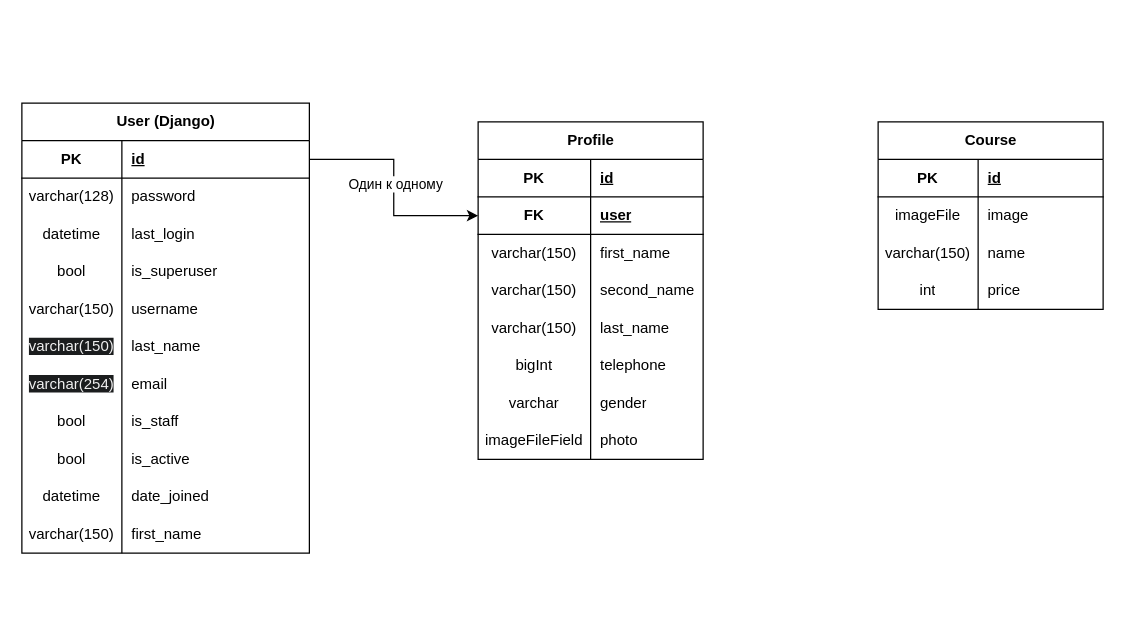
Rade16/All-in-school-React keeps this draw.io diagram as database_tables_diagram.drawio. Above is the earlier version. Source tidied: cells renumbered, new cells numbered last; positions are measured from the earlier drawing's top-left corner, leaving out a move shared by most shapes. Both pictures are drawn from the tidied source at 125%, with x=0, y=0 at pixel (21, 102).
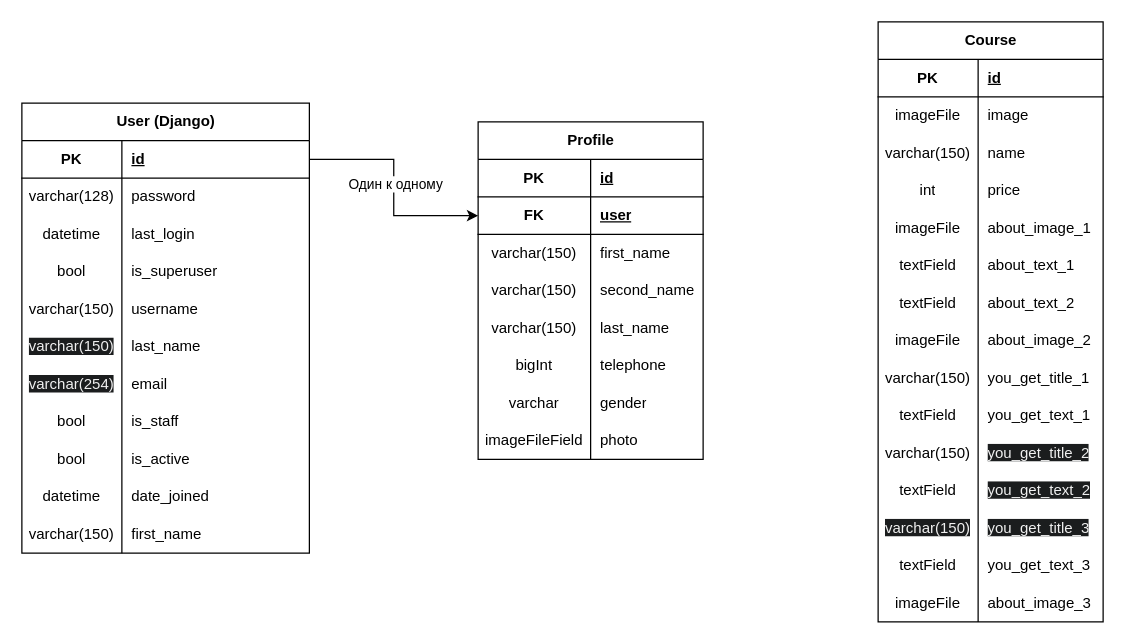
The same page after the edit.

What changed in the source:
```diff
@@
     <mxCell id="63" value="Course" style="shape=table;startSize=30;childLayout=tableLayout;rowLines=0;fontStyle=1;align=center;html=1;" parent="1" vertex="1">
-      <mxGeometry x="685" y="15" width="180" height="150" as="geometry" />
+      <mxGeometry x="685" y="-65" width="180" height="480" as="geometry" />
     </mxCell>
@@
+    <mxCell id="76" style="shape=tableRow;horizontal=0;startSize=0;swimlaneHead=0;swimlaneBody=0;fillColor=none;top=0;left=0;right=0;bottom=0;" parent="63" vertex="1">
+      <mxGeometry y="150" width="180" height="30" as="geometry" />
+    </mxCell>
+    <mxCell id="77" value="imageFile" style="shape=partialRectangle;fillColor=none;top=0;left=0;bottom=0;right=0;overflow=hidden;whiteSpace=wrap;html=1;" parent="76" vertex="1">
+      <mxGeometry width="80" height="30" as="geometry" />
+    </mxCell>
+    <mxCell id="78" value="about_image_1" style="shape=partialRectangle;fillColor=none;top=0;left=0;bottom=0;right=0;align=left;spacingLeft=6;overflow=hidden;whiteSpace=wrap;html=1;" parent="76" vertex="1">
+      <mxGeometry x="80" width="100" height="30" as="geometry" />
+    </mxCell>
+    <mxCell id="79" style="shape=tableRow;horizontal=0;startSize=0;swimlaneHead=0;swimlaneBody=0;fillColor=none;top=0;left=0;right=0;bottom=0;" parent="63" vertex="1">
+      <mxGeometry y="180" width="180" height="30" as="geometry" />
+    </mxCell>
+    <mxCell id="80" value="textField" style="shape=partialRectangle;fillColor=none;top=0;left=0;bottom=0;right=0;overflow=hidden;whiteSpace=wrap;html=1;" parent="79" vertex="1">
+      <mxGeometry width="80" height="30" as="geometry" />
+    </mxCell>
+    <mxCell id="81" value="about_text_1" style="shape=partialRectangle;fillColor=none;top=0;left=0;bottom=0;right=0;align=left;spacingLeft=6;overflow=hidden;whiteSpace=wrap;html=1;" parent="79" vertex="1">
+      <mxGeometry x="80" width="100" height="30" as="geometry" />
+    </mxCell>
+    <mxCell id="82" style="shape=tableRow;horizontal=0;startSize=0;swimlaneHead=0;swimlaneBody=0;fillColor=none;top=0;left=0;right=0;bottom=0;" parent="63" vertex="1">
+      <mxGeometry y="210" width="180" height="30" as="geometry" />
+    </mxCell>
+    <mxCell id="83" value="textField" style="shape=partialRectangle;fillColor=none;top=0;left=0;bottom=0;right=0;overflow=hidden;whiteSpace=wrap;html=1;" parent="82" vertex="1">
+      <mxGeometry width="80" height="30" as="geometry" />
+    </mxCell>
+    <mxCell id="84" value="about_text_2" style="shape=partialRectangle;fillColor=none;top=0;left=0;bottom=0;right=0;align=left;spacingLeft=6;overflow=hidden;whiteSpace=wrap;html=1;" parent="82" vertex="1">
+      <mxGeometry x="80" width="100" height="30" as="geometry" />
+    </mxCell>
+    <mxCell id="85" style="shape=tableRow;horizontal=0;startSize=0;swimlaneHead=0;swimlaneBody=0;fillColor=none;top=0;left=0;right=0;bottom=0;" parent="63" vertex="1">
+      <mxGeometry y="240" width="180" height="30" as="geometry" />
+    </mxCell>
+    <mxCell id="86" value="imageFile" style="shape=partialRectangle;fillColor=none;top=0;left=0;bottom=0;right=0;overflow=hidden;whiteSpace=wrap;html=1;" parent="85" vertex="1">
+      <mxGeometry width="80" height="30" as="geometry" />
+    </mxCell>
+    <mxCell id="87" value="about_image_2" style="shape=partialRectangle;fillColor=none;top=0;left=0;bottom=0;right=0;align=left;spacingLeft=6;overflow=hidden;whiteSpace=wrap;html=1;" parent="85" vertex="1">
+      <mxGeometry x="80" width="100" height="30" as="geometry" />
+    </mxCell>
+    <mxCell id="88" style="shape=tableRow;horizontal=0;startSize=0;swimlaneHead=0;swimlaneBody=0;fillColor=none;top=0;left=0;right=0;bottom=0;" parent="63" vertex="1">
+      <mxGeometry y="270" width="180" height="30" as="geometry" />
+    </mxCell>
+    <mxCell id="89" value="varchar(150)" style="shape=partialRectangle;fillColor=none;top=0;left=0;bottom=0;right=0;overflow=hidden;whiteSpace=wrap;html=1;" parent="88" vertex="1">
+      <mxGeometry width="80" height="30" as="geometry" />
+    </mxCell>
+    <mxCell id="90" value="you_get_title_1" style="shape=partialRectangle;fillColor=none;top=0;left=0;bottom=0;right=0;align=left;spacingLeft=6;overflow=hidden;whiteSpace=wrap;html=1;" parent="88" vertex="1">
+      <mxGeometry x="80" width="100" height="30" as="geometry" />
+    </mxCell>
+    <mxCell id="91" style="shape=tableRow;horizontal=0;startSize=0;swimlaneHead=0;swimlaneBody=0;fillColor=none;top=0;left=0;right=0;bottom=0;" parent="63" vertex="1">
+      <mxGeometry y="300" width="180" height="30" as="geometry" />
+    </mxCell>
+    <mxCell id="92" value="textField" style="shape=partialRectangle;fillColor=none;top=0;left=0;bottom=0;right=0;overflow=hidden;whiteSpace=wrap;html=1;" parent="91" vertex="1">
+      <mxGeometry width="80" height="30" as="geometry" />
+    </mxCell>
+    <mxCell id="93" value="you_get_text_1" style="shape=partialRectangle;fillColor=none;top=0;left=0;bottom=0;right=0;align=left;spacingLeft=6;overflow=hidden;whiteSpace=wrap;html=1;" parent="91" vertex="1">
+      <mxGeometry x="80" width="100" height="30" as="geometry" />
+    </mxCell>
+    <mxCell id="94" style="shape=tableRow;horizontal=0;startSize=0;swimlaneHead=0;swimlaneBody=0;fillColor=none;top=0;left=0;right=0;bottom=0;" parent="63" vertex="1">
+      <mxGeometry y="330" width="180" height="30" as="geometry" />
+    </mxCell>
+    <mxCell id="95" value="varchar(150)" style="shape=partialRectangle;fillColor=none;top=0;left=0;bottom=0;right=0;overflow=hidden;whiteSpace=wrap;html=1;" parent="94" vertex="1">
+      <mxGeometry width="80" height="30" as="geometry" />
+    </mxCell>
+    <mxCell id="96" value="&lt;span style=&quot;color: rgb(240, 240, 240); font-family: Helvetica; font-size: 12px; font-style: normal; font-variant-ligatures: normal; font-variant-caps: normal; font-weight: 400; letter-spacing: normal; orphans: 2; text-align: left; text-indent: 0px; text-transform: none; widows: 2; word-spacing: 0px; -webkit-text-stroke-width: 0px; background-color: rgb(27, 29, 30); text-decoration-thickness: initial; text-decoration-style: initial; text-decoration-color: initial; float: none; display: inline !important;&quot;&gt;you_get_title_2&lt;/span&gt;" style="shape=partialRectangle;fillColor=none;top=0;left=0;bottom=0;right=0;align=left;spacingLeft=6;overflow=hidden;whiteSpace=wrap;html=1;" parent="94" vertex="1">
+      <mxGeometry x="80" width="100" height="30" as="geometry" />
+    </mxCell>
+    <mxCell id="97" style="shape=tableRow;horizontal=0;startSize=0;swimlaneHead=0;swimlaneBody=0;fillColor=none;top=0;left=0;right=0;bottom=0;" parent="63" vertex="1">
+      <mxGeometry y="360" width="180" height="30" as="geometry" />
+    </mxCell>
+    <mxCell id="98" value="textField" style="shape=partialRectangle;fillColor=none;top=0;left=0;bottom=0;right=0;overflow=hidden;whiteSpace=wrap;html=1;" parent="97" vertex="1">
+      <mxGeometry width="80" height="30" as="geometry" />
+    </mxCell>
+    <mxCell id="99" value="&lt;span style=&quot;color: rgb(240, 240, 240); font-family: Helvetica; font-size: 12px; font-style: normal; font-variant-ligatures: normal; font-variant-caps: normal; font-weight: 400; letter-spacing: normal; orphans: 2; text-align: left; text-indent: 0px; text-transform: none; widows: 2; word-spacing: 0px; -webkit-text-stroke-width: 0px; background-color: rgb(27, 29, 30); text-decoration-thickness: initial; text-decoration-style: initial; text-decoration-color: initial; float: none; display: inline !important;&quot;&gt;you_get_text_2&lt;br&gt;&lt;/span&gt;" style="shape=partialRectangle;fillColor=none;top=0;left=0;bottom=0;right=0;align=left;spacingLeft=6;overflow=hidden;whiteSpace=wrap;html=1;" parent="97" vertex="1">
+      <mxGeometry x="80" width="100" height="30" as="geometry" />
+    </mxCell>
+    <mxCell id="100" style="shape=tableRow;horizontal=0;startSize=0;swimlaneHead=0;swimlaneBody=0;fillColor=none;top=0;left=0;right=0;bottom=0;" parent="63" vertex="1">
+      <mxGeometry y="390" width="180" height="30" as="geometry" />
+    </mxCell>
+    <mxCell id="101" value="&lt;span style=&quot;color: rgb(240, 240, 240); font-family: Helvetica; font-size: 12px; font-style: normal; font-variant-ligatures: normal; font-variant-caps: normal; font-weight: 400; letter-spacing: normal; orphans: 2; text-align: center; text-indent: 0px; text-transform: none; widows: 2; word-spacing: 0px; -webkit-text-stroke-width: 0px; background-color: rgb(27, 29, 30); text-decoration-thickness: initial; text-decoration-style: initial; text-decoration-color: initial; float: none; display: inline !important;&quot;&gt;varchar(150)&lt;/span&gt;" style="shape=partialRectangle;fillColor=none;top=0;left=0;bottom=0;right=0;overflow=hidden;whiteSpace=wrap;html=1;" parent="100" vertex="1">
+      <mxGeometry width="80" height="30" as="geometry" />
+    </mxCell>
+    <mxCell id="102" value="&lt;span style=&quot;color: rgb(240, 240, 240); font-family: Helvetica; font-size: 12px; font-style: normal; font-variant-ligatures: normal; font-variant-caps: normal; font-weight: 400; letter-spacing: normal; orphans: 2; text-align: left; text-indent: 0px; text-transform: none; widows: 2; word-spacing: 0px; -webkit-text-stroke-width: 0px; background-color: rgb(27, 29, 30); text-decoration-thickness: initial; text-decoration-style: initial; text-decoration-color: initial; float: none; display: inline !important;&quot;&gt;you_get_title_3&lt;br&gt;&lt;/span&gt;" style="shape=partialRectangle;fillColor=none;top=0;left=0;bottom=0;right=0;align=left;spacingLeft=6;overflow=hidden;whiteSpace=wrap;html=1;" parent="100" vertex="1">
+      <mxGeometry x="80" width="100" height="30" as="geometry" />
+    </mxCell>
+    <mxCell id="103" style="shape=tableRow;horizontal=0;startSize=0;swimlaneHead=0;swimlaneBody=0;fillColor=none;top=0;left=0;right=0;bottom=0;" parent="63" vertex="1">
+      <mxGeometry y="420" width="180" height="30" as="geometry" />
+    </mxCell>
+    <mxCell id="104" value="textField" style="shape=partialRectangle;fillColor=none;top=0;left=0;bottom=0;right=0;overflow=hidden;whiteSpace=wrap;html=1;" parent="103" vertex="1">
+      <mxGeometry width="80" height="30" as="geometry" />
+    </mxCell>
+    <mxCell id="105" value="you_get_text_3" style="shape=partialRectangle;fillColor=none;top=0;left=0;bottom=0;right=0;align=left;spacingLeft=6;overflow=hidden;whiteSpace=wrap;html=1;" parent="103" vertex="1">
+      <mxGeometry x="80" width="100" height="30" as="geometry" />
+    </mxCell>
+    <mxCell id="106" style="shape=tableRow;horizontal=0;startSize=0;swimlaneHead=0;swimlaneBody=0;fillColor=none;top=0;left=0;right=0;bottom=0;" parent="63" vertex="1">
+      <mxGeometry y="450" width="180" height="30" as="geometry" />
+    </mxCell>
+    <mxCell id="107" value="imageFile" style="shape=partialRectangle;fillColor=none;top=0;left=0;bottom=0;right=0;overflow=hidden;whiteSpace=wrap;html=1;" parent="106" vertex="1">
+      <mxGeometry width="80" height="30" as="geometry" />
+    </mxCell>
+    <mxCell id="108" value="about_image_3" style="shape=partialRectangle;fillColor=none;top=0;left=0;bottom=0;right=0;align=left;spacingLeft=6;overflow=hidden;whiteSpace=wrap;html=1;" parent="106" vertex="1">
+      <mxGeometry x="80" width="100" height="30" as="geometry" />
+    </mxCell>
```
